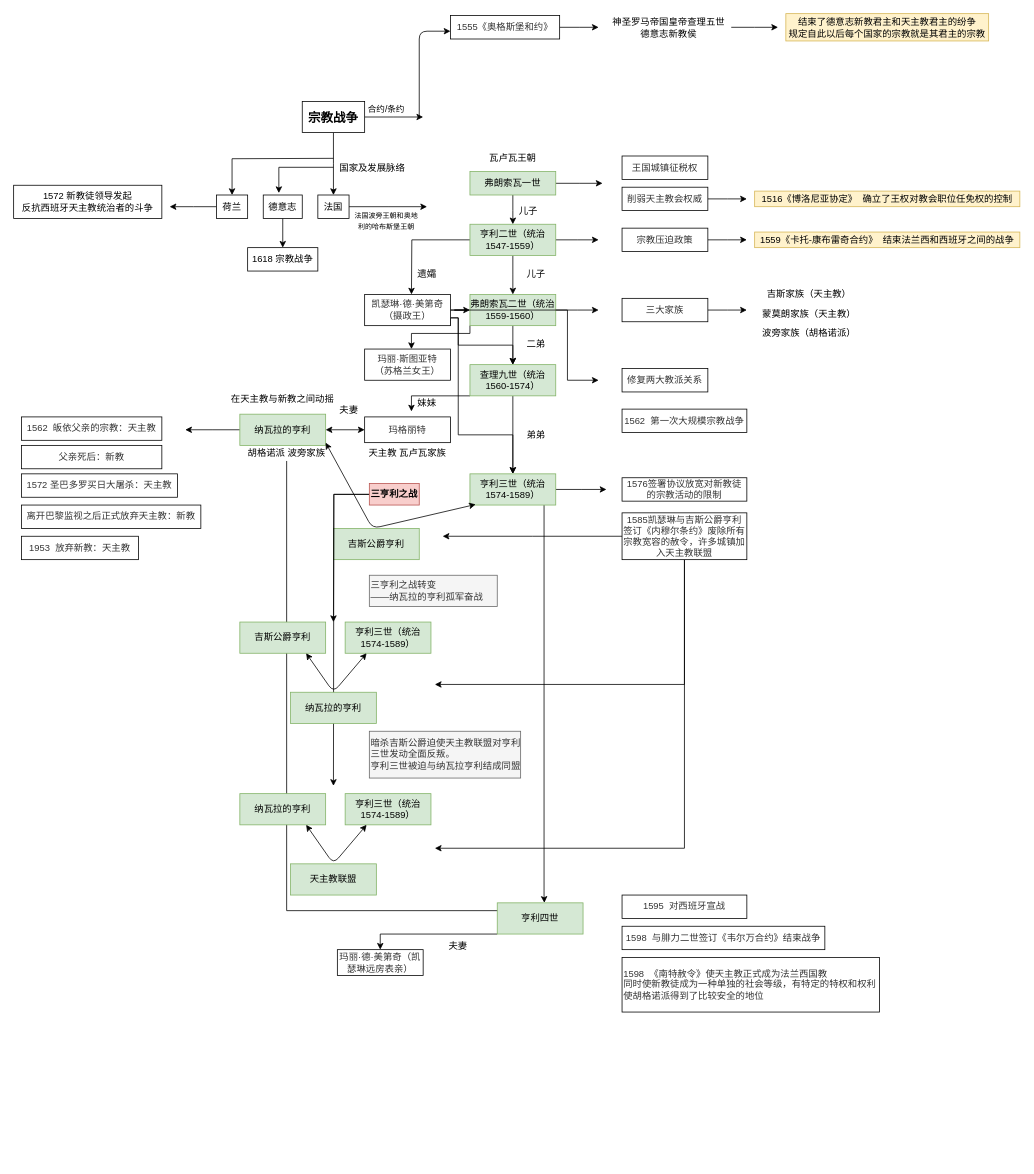
This is 宗教战争.drawio from Mary1206/-a, a draw.io file, before an edit. Source tidied: cells renumbered, new cells numbered last; positions are measured from the earlier drawing's top-left corner, leaving out a move shared by most shapes. Both pictures are drawn from the tidied source at 78%, with x=0, y=0 at pixel (13, 13).
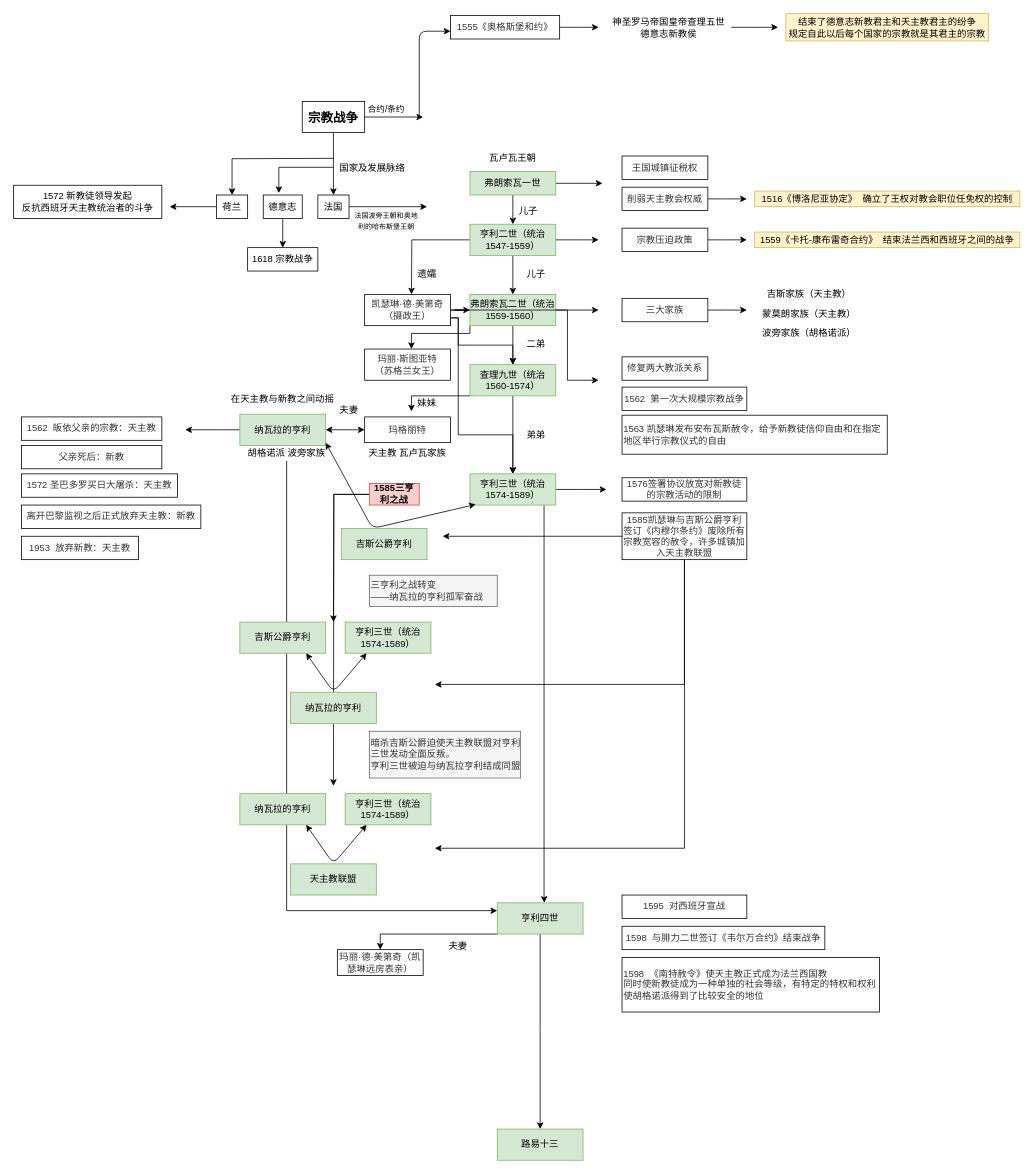
The same page after the edit.

The change refers to these unchanged cells:
```xml
<mxCell id="71" value="胡格诺派 波旁家族" style="text;html=1;strokeColor=none;fillColor=none;align=center;verticalAlign=middle;whiteSpace=wrap;rounded=0;" parent="1" vertex="1">
  <mxGeometry x="270" y="553.5" width="160" height="20" as="geometry" />
</mxCell>
<mxCell id="103" value="亨利四世" style="rounded=0;whiteSpace=wrap;html=1;fillColor=#d5e8d4;strokeColor=#82b366;" parent="1" vertex="1">
  <mxGeometry x="620" y="1140" width="110" height="40" as="geometry" />
</mxCell>
```

The edit, as a diff of the source:
```diff
@@
     <mxCell id="61" value="修复两大教派关系" style="rounded=0;whiteSpace=wrap;html=1;fontColor=#333333;" parent="1" vertex="1">
-      <mxGeometry x="780" y="455" width="110" height="30" as="geometry" />
+      <mxGeometry x="780" y="440" width="110" height="30" as="geometry" />
     </mxCell>
     <mxCell id="62" value="1562&amp;nbsp; 第一次大规模宗教战争" style="rounded=0;whiteSpace=wrap;html=1;fontColor=#333333;" parent="1" vertex="1">
-      <mxGeometry x="780" y="507" width="160" height="30" as="geometry" />
+      <mxGeometry x="780" y="478.8" width="160" height="30" as="geometry" />
     </mxCell>
@@
-    <mxCell id="70" style="edgeStyle=orthogonalEdgeStyle;rounded=0;jettySize=auto;html=1;" parent="1" edge="1" source="71">
+    <mxCell id="70" style="edgeStyle=orthogonalEdgeStyle;rounded=0;jettySize=auto;html=1;entryX=0;entryY=0.25;entryDx=0;entryDy=0;" parent="1" edge="1" source="71" target="103">
       <mxGeometry relative="1" as="geometry">
-        <mxPoint x="680" y="1150" as="targetPoint" />
         <Array as="points">
           <mxPoint x="350" y="1150" />
         </Array>
       </mxGeometry>
     </mxCell>
@@
     <mxCell id="86" value="吉斯公爵亨利" style="rounded=0;whiteSpace=wrap;html=1;fillColor=#d5e8d4;strokeColor=#82b366;" parent="1" vertex="1">
-      <mxGeometry x="410" y="660" width="110" height="40" as="geometry" />
+      <mxGeometry x="420" y="660" width="110" height="40" as="geometry" />
     </mxCell>
@@
-    <mxCell id="90" value="&lt;b&gt;三亨利之战&lt;/b&gt;" style="text;html=1;strokeColor=#b85450;fillColor=#f8cecc;align=center;verticalAlign=middle;whiteSpace=wrap;rounded=0;" parent="1" vertex="1">
+    <mxCell id="90" value="&lt;b&gt;1585三亨利之战&lt;/b&gt;" style="text;html=1;strokeColor=#b85450;fillColor=#f8cecc;align=center;verticalAlign=middle;whiteSpace=wrap;rounded=0;" parent="1" vertex="1">
       <mxGeometry x="456" y="602.5" width="64" height="27.5" as="geometry" />
     </mxCell>
@@
+    <mxCell id="109" style="edgeStyle=orthogonalEdgeStyle;rounded=0;jettySize=auto;html=1;" parent="1" edge="1" source="103">
+      <mxGeometry relative="1" as="geometry">
+        <mxPoint x="675" y="1430" as="targetPoint" />
+      </mxGeometry>
+    </mxCell>
@@
+    <mxCell id="110" value="路易十三" style="rounded=0;whiteSpace=wrap;html=1;fillColor=#d5e8d4;strokeColor=#82b366;" parent="1" vertex="1">
+      <mxGeometry x="620" y="1430" width="110" height="40" as="geometry" />
+    </mxCell>
+    <mxCell id="111" value="1563 凯瑟琳发布安布瓦斯赦令，给予新教徒信仰自由和在指定地区举行宗教仪式的自由" style="rounded=0;whiteSpace=wrap;html=1;fontColor=#333333;align=left;" parent="1" vertex="1">
+      <mxGeometry x="780" y="514.8" width="340" height="50" as="geometry" />
+    </mxCell>
```
